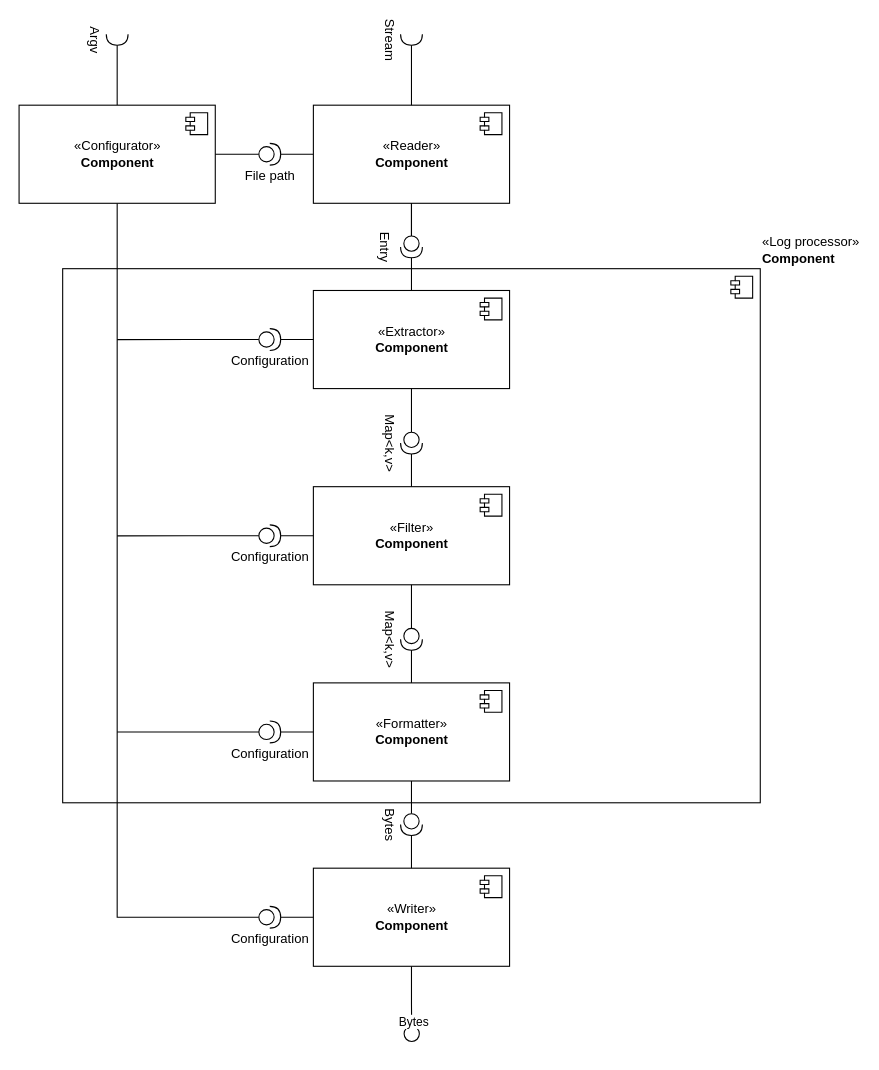
Earlier version of the draw.io diagram mayd.drawio (mechagear/mg). Source tidied: cells renumbered, new cells numbered last; positions are measured from the earlier drawing's top-left corner, leaving out a move shared by most shapes. Both pictures are drawn from the tidied source at 109%, with x=0, y=0 at pixel (19, 28).
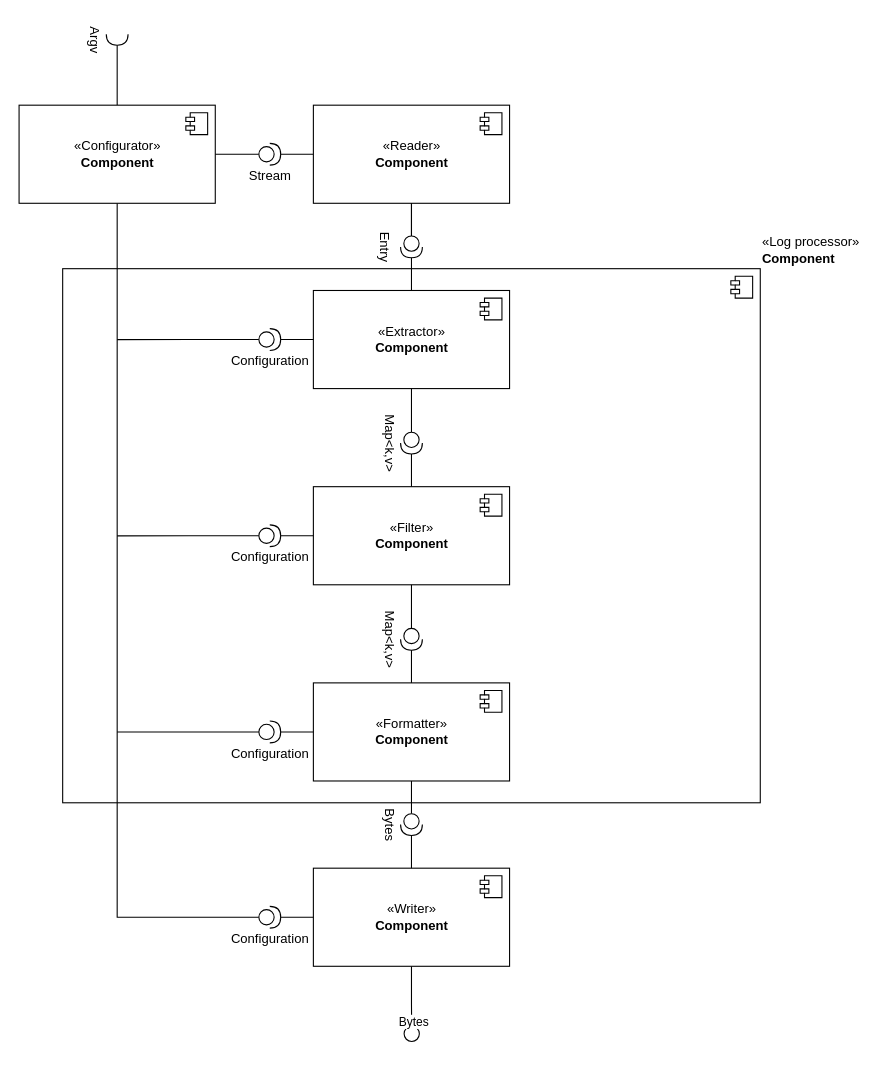
After the change.

Unchanged cells that the change refers to:
```xml
<mxCell id="5" value="«Reader»&lt;br&gt;&lt;b&gt;Component&lt;/b&gt;" style="html=1;" parent="1" vertex="1">
  <mxGeometry x="270" y="70" width="180" height="90" as="geometry" />
</mxCell>
```

Change to the diagram source:
```diff
@@
-    <mxCell id="34" style="edgeStyle=orthogonalEdgeStyle;rounded=0;jettySize=auto;html=1;exitX=1;exitY=0.5;exitDx=0;exitDy=0;exitPerimeter=0;entryX=0.5;entryY=0;entryDx=0;entryDy=0;endArrow=none;endFill=0;" parent="1" edge="1" source="35" target="5">
-      <mxGeometry relative="1" as="geometry" />
-    </mxCell>
-    <mxCell id="35" value="Stream" style="shape=requiredInterface;html=1;verticalLabelPosition=bottom;sketch=0;rotation=90;" parent="1" vertex="1">
-      <mxGeometry x="355" width="10" height="20" as="geometry" />
-    </mxCell>
@@
-    <mxCell id="38" value="File path" style="shape=providedRequiredInterface;html=1;verticalLabelPosition=bottom;sketch=0;" parent="1" vertex="1">
+    <mxCell id="38" value="Stream" style="shape=providedRequiredInterface;html=1;verticalLabelPosition=bottom;sketch=0;" parent="1" vertex="1">
       <mxGeometry x="220" y="105" width="20" height="20" as="geometry" />
     </mxCell>
```
